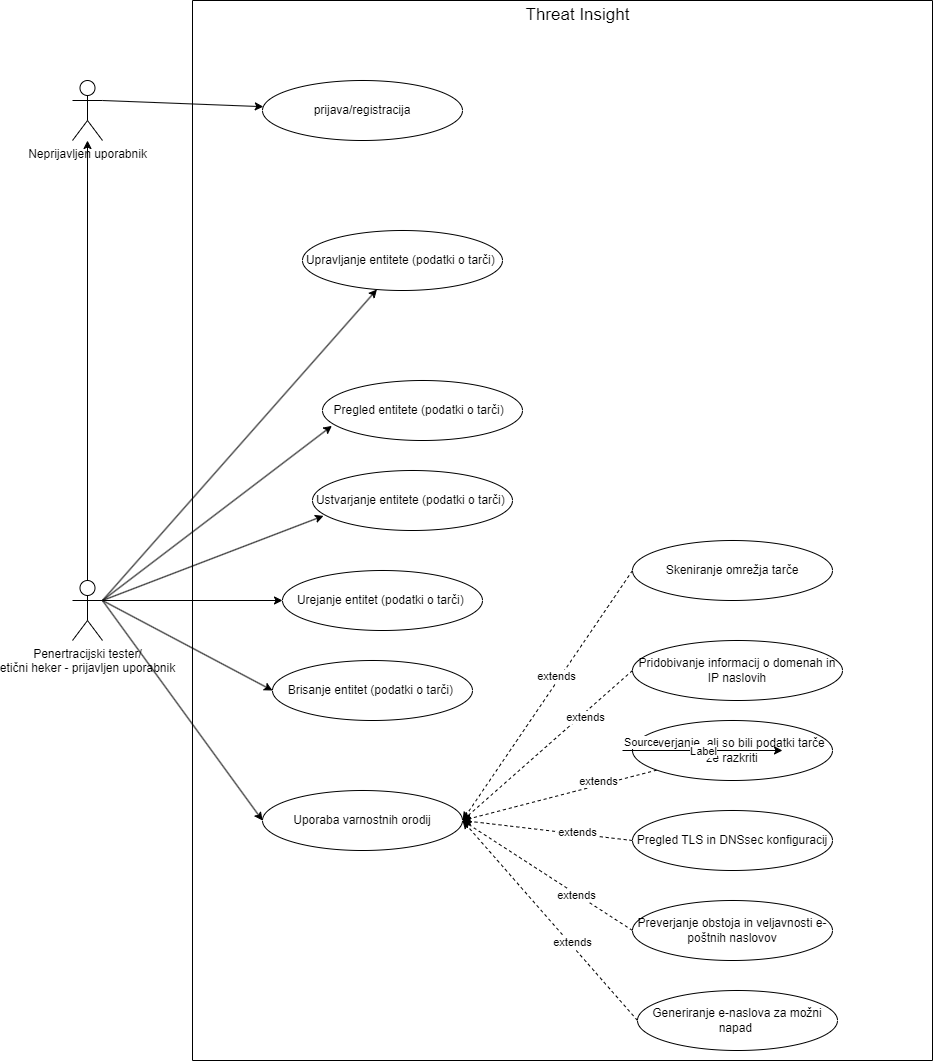
This is Dokumentacija/Predloge in vmesni dokumenti/DPU/ThreatinsightDPU.png from neratmatevz/ThreatInsight, a draw.io export, as it was before one commit. Source tidied: cells renumbered, new cells last; positions are measured from the earlier drawing's top-left corner, leaving out a move shared by most shapes. The source it was exported from:
```xml
<mxGraphModel>
  <root>
    <mxCell id="0" />
    <mxCell id="1" parent="0" />
    <mxCell id="2" style="swimlane;startSize=0;" parent="1" vertex="1">
      <mxGeometry x="120" width="740" height="1060" as="geometry" />
    </mxCell>
    <mxCell id="3" value="prijava/registracija" style="ellipse;whiteSpace=wrap;html=1;" parent="2" vertex="1">
      <mxGeometry x="70" y="80" width="200" height="60" as="geometry" />
    </mxCell>
    <mxCell id="4" value="Upravljanje entitete (podatki o tarči)&amp;nbsp;" style="ellipse;whiteSpace=wrap;html=1;" parent="2" vertex="1">
      <mxGeometry x="110" y="230" width="200" height="60" as="geometry" />
    </mxCell>
    <mxCell id="5" value="Pregled entitete (podatki o tarči)&amp;nbsp;&amp;nbsp;" style="ellipse;whiteSpace=wrap;html=1;" parent="2" vertex="1">
      <mxGeometry x="130" y="380" width="200" height="60" as="geometry" />
    </mxCell>
    <mxCell id="6" value="Urejanje entitet (podatki o tarči)&amp;nbsp;" style="ellipse;whiteSpace=wrap;html=1;" parent="2" vertex="1">
      <mxGeometry x="90" y="570" width="200" height="60" as="geometry" />
    </mxCell>
    <mxCell id="7" value="Ustvarjanje entitete (podatki o tarči)&amp;nbsp;" style="ellipse;whiteSpace=wrap;html=1;" parent="2" vertex="1">
      <mxGeometry x="120" y="470" width="200" height="60" as="geometry" />
    </mxCell>
    <mxCell id="8" value="Brisanje entitet (podatki o tarči)&amp;nbsp;" style="ellipse;whiteSpace=wrap;html=1;" parent="2" vertex="1">
      <mxGeometry x="80" y="660" width="200" height="60" as="geometry" />
    </mxCell>
    <mxCell id="9" style="rounded=0;jettySize=auto;html=1;exitX=0;exitY=0.5;exitDx=0;exitDy=0;entryX=1;entryY=0.5;entryDx=0;entryDy=0;dashed=1;" parent="2" edge="1" source="22" target="19">
      <mxGeometry relative="1" as="geometry" />
    </mxCell>
    <mxCell id="10" value="extends" style="edgeLabel;html=1;align=center;verticalAlign=middle;" parent="9" vertex="1">
      <mxGeometry x="-0.14" y="-4" relative="1" as="geometry" />
    </mxCell>
    <mxCell id="11" style="rounded=0;jettySize=auto;html=1;dashed=1;entryX=1;entryY=0.5;entryDx=0;entryDy=0;" parent="2" edge="1" source="21" target="19">
      <mxGeometry relative="1" as="geometry" />
    </mxCell>
    <mxCell id="12" value="extends" style="edgeLabel;html=1;align=center;verticalAlign=middle;" parent="11" vertex="1">
      <mxGeometry x="-0.4" y="-4" relative="1" as="geometry" />
    </mxCell>
    <mxCell id="13" style="rounded=0;jettySize=auto;html=1;exitX=0;exitY=0.5;exitDx=0;exitDy=0;entryX=1;entryY=0.5;entryDx=0;entryDy=0;dashed=1;" parent="2" edge="1" source="23" target="19">
      <mxGeometry relative="1" as="geometry" />
    </mxCell>
    <mxCell id="14" value="extends" style="edgeLabel;html=1;align=center;verticalAlign=middle;" parent="13" vertex="1">
      <mxGeometry x="-0.35" y="-2" relative="1" as="geometry">
        <mxPoint x="-1" as="offset" />
      </mxGeometry>
    </mxCell>
    <mxCell id="15" style="rounded=0;jettySize=auto;html=1;exitX=0;exitY=0.5;exitDx=0;exitDy=0;entryX=1;entryY=0.5;entryDx=0;entryDy=0;dashed=1;" parent="2" edge="1" source="24" target="19">
      <mxGeometry relative="1" as="geometry" />
    </mxCell>
    <mxCell id="16" value="extends" style="edgeLabel;html=1;align=center;verticalAlign=middle;" parent="15" vertex="1">
      <mxGeometry x="-0.34" y="1" relative="1" as="geometry" />
    </mxCell>
    <mxCell id="17" style="rounded=0;jettySize=auto;html=1;exitX=0;exitY=0.5;exitDx=0;exitDy=0;entryX=1;entryY=0.5;entryDx=0;entryDy=0;dashed=1;" parent="2" edge="1" source="25" target="19">
      <mxGeometry relative="1" as="geometry" />
    </mxCell>
    <mxCell id="18" value="extends" style="edgeLabel;html=1;align=center;verticalAlign=middle;" parent="17" vertex="1">
      <mxGeometry x="-0.23" y="-2" relative="1" as="geometry" />
    </mxCell>
    <mxCell id="19" value="Uporaba varnostnih orodij" style="ellipse;whiteSpace=wrap;html=1;" parent="2" vertex="1">
      <mxGeometry x="70" y="790" width="200" height="60" as="geometry" />
    </mxCell>
    <mxCell id="20" value="Pridobivanje informacij o domenah in IP naslovih" style="ellipse;whiteSpace=wrap;html=1;" parent="2" vertex="1">
      <mxGeometry x="440" y="640" width="210" height="60" as="geometry" />
    </mxCell>
    <mxCell id="21" value="Preverjanje, ali so bili podatki tarče že razkriti" style="ellipse;whiteSpace=wrap;html=1;" parent="2" vertex="1">
      <mxGeometry x="440" y="720" width="200" height="60" as="geometry" />
    </mxCell>
    <mxCell id="22" value="Skeniranje omrežja tarče" style="ellipse;whiteSpace=wrap;html=1;" parent="2" vertex="1">
      <mxGeometry x="440" y="540" width="200" height="60" as="geometry" />
    </mxCell>
    <mxCell id="23" value="Pregled TLS in DNSsec konfiguracij" style="ellipse;whiteSpace=wrap;html=1;" parent="2" vertex="1">
      <mxGeometry x="440" y="810" width="200" height="60" as="geometry" />
    </mxCell>
    <mxCell id="24" value="Preverjanje obstoja in veljavnosti e-poštnih naslovov" style="ellipse;whiteSpace=wrap;html=1;" parent="2" vertex="1">
      <mxGeometry x="440" y="900" width="200" height="60" as="geometry" />
    </mxCell>
    <mxCell id="25" value="Generiranje e-naslova za možni napad&amp;nbsp;" style="ellipse;whiteSpace=wrap;html=1;" parent="2" vertex="1">
      <mxGeometry x="445" y="990" width="200" height="60" as="geometry" />
    </mxCell>
    <mxCell id="26" style="rounded=0;jettySize=auto;html=1;exitX=0;exitY=0.5;exitDx=0;exitDy=0;entryX=1;entryY=0.5;entryDx=0;entryDy=0;dashed=1;" parent="2" edge="1" source="20" target="19">
      <mxGeometry relative="1" as="geometry" />
    </mxCell>
    <mxCell id="27" value="extends" style="edgeLabel;html=1;align=center;verticalAlign=middle;" parent="26" vertex="1">
      <mxGeometry x="-0.42" y="3" relative="1" as="geometry" />
    </mxCell>
    <mxCell id="28" value="Threat Insight" style="text;html=1;align=center;verticalAlign=middle;strokeColor=none;fillColor=none;fontSize=17;" parent="2" vertex="1">
      <mxGeometry x="320" width="130" height="30" as="geometry" />
    </mxCell>
    <mxCell id="29" style="edgeStyle=orthogonalEdgeStyle;rounded=0;jettySize=auto;html=1;" parent="1" edge="1" source="32" target="33">
      <mxGeometry relative="1" as="geometry" />
    </mxCell>
    <mxCell id="30" style="rounded=0;jettySize=auto;html=1;exitX=1;exitY=0.3333333333333333;exitDx=0;exitDy=0;exitPerimeter=0;" parent="1" edge="1" source="32" target="4">
      <mxGeometry relative="1" as="geometry" />
    </mxCell>
    <mxCell id="31" style="rounded=0;jettySize=auto;html=1;exitX=1;exitY=0.3333333333333333;exitDx=0;exitDy=0;exitPerimeter=0;entryX=0;entryY=0.5;entryDx=0;entryDy=0;" parent="1" edge="1" source="32" target="19">
      <mxGeometry relative="1" as="geometry" />
    </mxCell>
    <mxCell id="32" value="Penertracijski tester/&lt;div&gt;etični heker - prijavljen uporabnik&lt;/div&gt;" style="shape=umlActor;verticalLabelPosition=bottom;verticalAlign=top;html=1;outlineConnect=0;" parent="1" vertex="1">
      <mxGeometry y="580" width="30" height="60" as="geometry" />
    </mxCell>
    <mxCell id="33" value="Neprijavljen uporabnik" style="shape=umlActor;verticalLabelPosition=bottom;verticalAlign=top;html=1;outlineConnect=0;" parent="1" vertex="1">
      <mxGeometry y="80" width="30" height="60" as="geometry" />
    </mxCell>
    <mxCell id="34" style="endArrow=classic;html=1;rounded=0;exitX=1;exitY=0.3333333333333333;exitDx=0;exitDy=0;exitPerimeter=0;" parent="1" edge="1" source="33" target="3">
      <mxGeometry relative="1" as="geometry" />
    </mxCell>
    <mxCell id="35" style="rounded=0;jettySize=auto;html=1;exitX=1;exitY=0.3333333333333333;exitDx=0;exitDy=0;entryX=0;entryY=0.5;entryDx=0;entryDy=0;exitPerimeter=0;" parent="1" edge="1" source="32" target="8">
      <mxGeometry relative="1" as="geometry" />
    </mxCell>
    <mxCell id="36" style="rounded=0;jettySize=auto;html=1;entryX=0;entryY=0.5;entryDx=0;entryDy=0;exitX=1;exitY=0.3333333333333333;exitDx=0;exitDy=0;exitPerimeter=0;" parent="1" edge="1" source="32" target="6">
      <mxGeometry relative="1" as="geometry" />
    </mxCell>
    <mxCell id="37" style="endArrow=classic;html=1;rounded=0;entryX=0.055;entryY=0.756;entryDx=0;entryDy=0;entryPerimeter=0;exitX=1;exitY=0.3333333333333333;exitDx=0;exitDy=0;exitPerimeter=0;" parent="1" edge="1" source="32" target="7">
      <mxGeometry relative="1" as="geometry" />
    </mxCell>
    <mxCell id="38" style="rounded=0;jettySize=auto;html=1;entryX=0.047;entryY=0.756;entryDx=0;entryDy=0;entryPerimeter=0;exitX=1;exitY=0.3333333333333333;exitDx=0;exitDy=0;exitPerimeter=0;" parent="1" edge="1" source="32" target="5">
      <mxGeometry relative="1" as="geometry" />
    </mxCell>
    <mxCell id="39" style="endArrow=classic;html=1;rounded=0;" parent="1" edge="1">
      <mxGeometry relative="1" as="geometry">
        <mxPoint x="550" y="750" as="sourcePoint" />
        <mxPoint x="710" y="750" as="targetPoint" />
      </mxGeometry>
    </mxCell>
    <mxCell id="40" value="Label" style="edgeLabel;html=1;align=center;verticalAlign=middle;" parent="39" vertex="1">
      <mxGeometry relative="1" as="geometry" />
    </mxCell>
    <mxCell id="41" value="Source" style="edgeLabel;html=1;align=left;verticalAlign=bottom;" parent="39" vertex="1">
      <mxGeometry x="-1" relative="1" as="geometry" />
    </mxCell>
  </root>
</mxGraphModel>
```
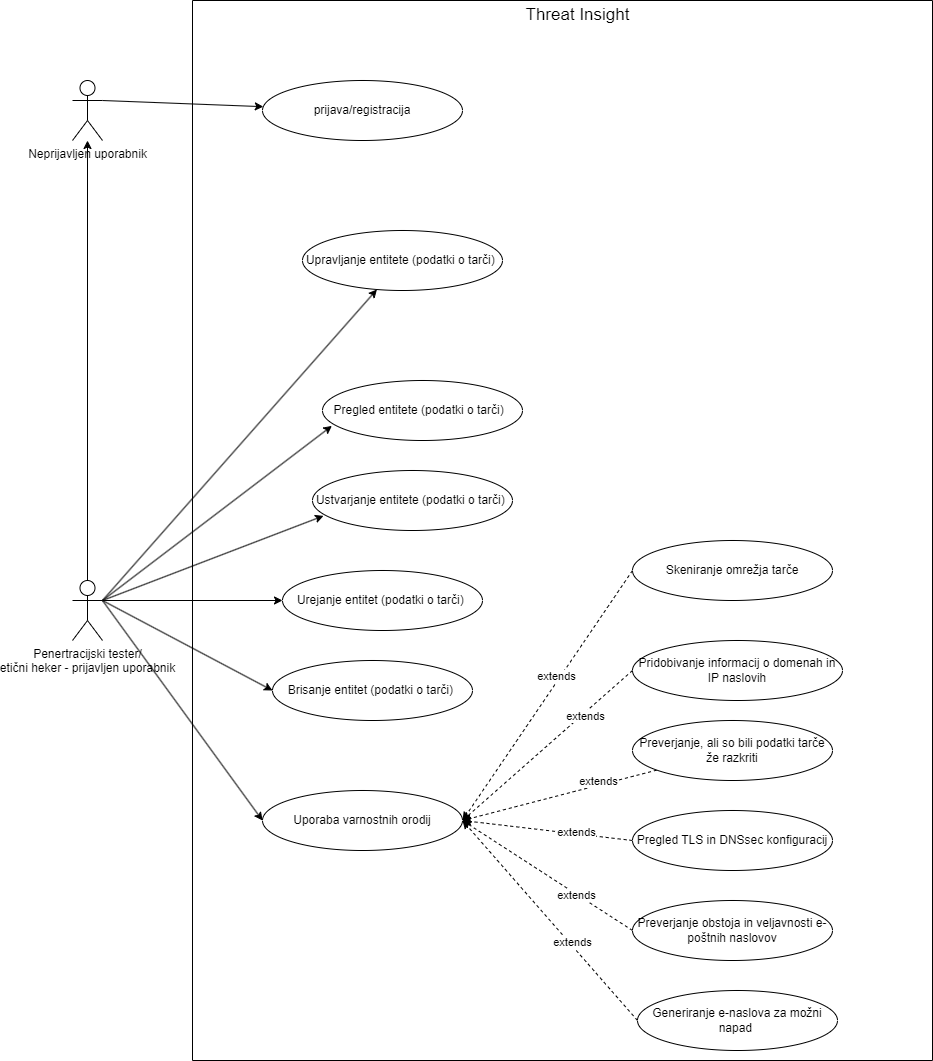
After the commit.

Change to the diagram source:
```diff
@@ -115,17 +115,5 @@
     <mxCell id="38" style="rounded=0;jettySize=auto;html=1;entryX=0.047;entryY=0.756;entryDx=0;entryDy=0;entryPerimeter=0;exitX=1;exitY=0.3333333333333333;exitDx=0;exitDy=0;exitPerimeter=0;" parent="1" edge="1" source="32" target="5">
       <mxGeometry relative="1" as="geometry" />
     </mxCell>
-    <mxCell id="39" style="endArrow=classic;html=1;rounded=0;" parent="1" edge="1">
-      <mxGeometry relative="1" as="geometry">
-        <mxPoint x="550" y="750" as="sourcePoint" />
-        <mxPoint x="710" y="750" as="targetPoint" />
-      </mxGeometry>
-    </mxCell>
-    <mxCell id="40" value="Label" style="edgeLabel;html=1;align=center;verticalAlign=middle;" parent="39" vertex="1">
-      <mxGeometry relative="1" as="geometry" />
-    </mxCell>
-    <mxCell id="41" value="Source" style="edgeLabel;html=1;align=left;verticalAlign=bottom;" parent="39" vertex="1">
-      <mxGeometry x="-1" relative="1" as="geometry" />
-    </mxCell>
   </root>
 </mxGraphModel>
```
